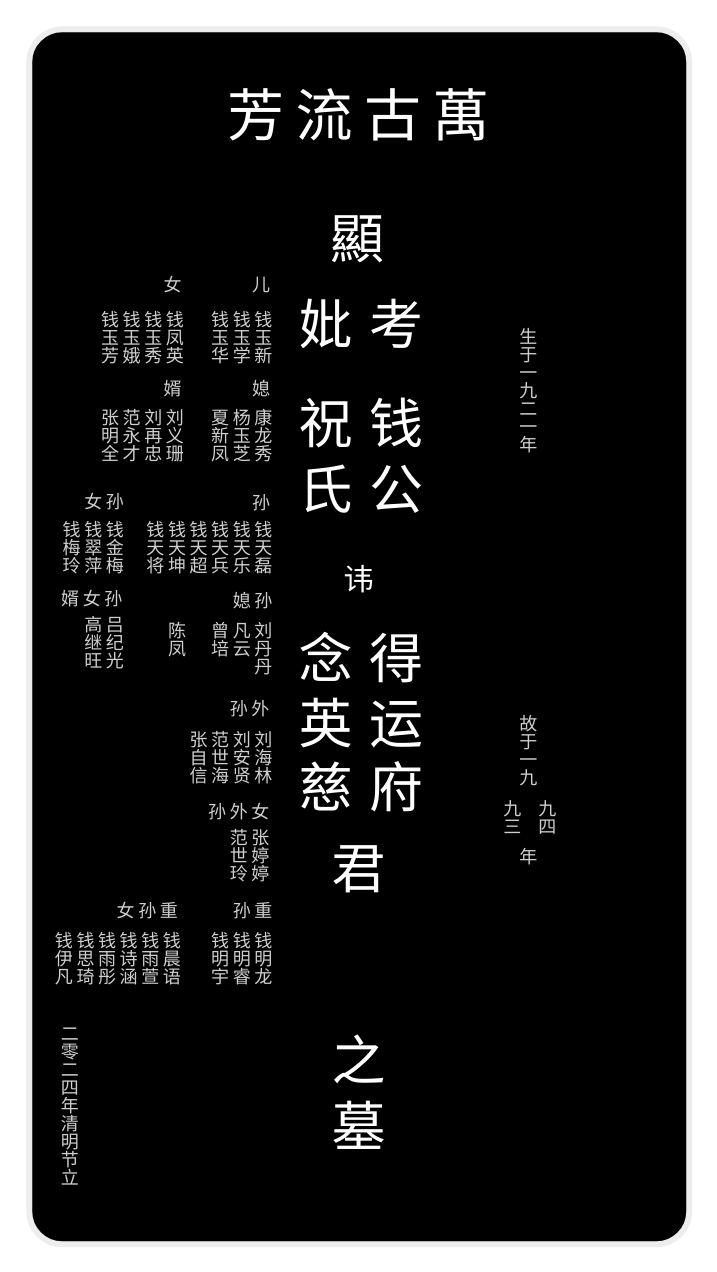
Earlier version of the draw.io diagram 未命名绘图.drawio (wshiqtb/wshiqtb). Source tidied: cells renumbered, new cells numbered last; positions are measured from the earlier drawing's top-left corner, leaving out a move shared by most shapes. Both pictures are drawn from the tidied source at 150%, with x=0, y=0 at pixel (26, 28).
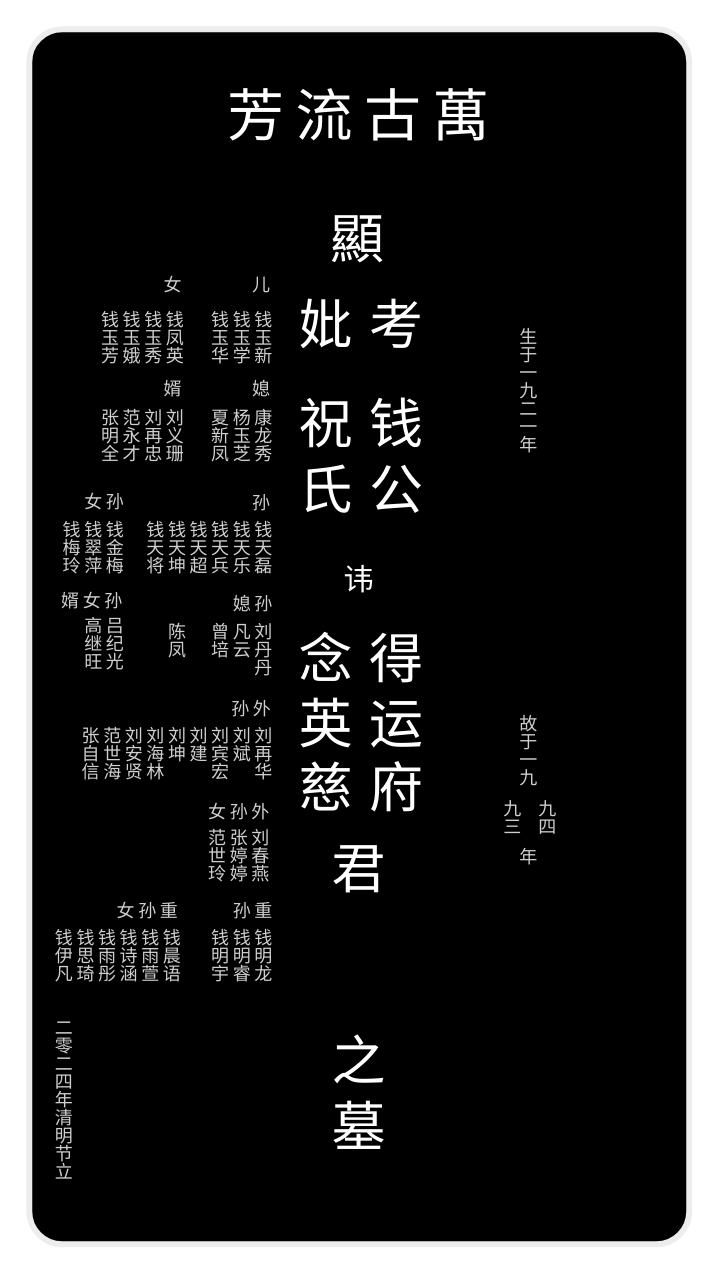
The same diagram, later.

Commit message:
更新未命名绘图.drawio

Change to the diagram source:
```diff
@@
     <mxCell id="15" value="孙媳" style="text;html=1;align=right;verticalAlign=middle;whiteSpace=wrap;rounded=0;fontColor=#CFCFCF;opacity=10;textDirection=vertical-rl;" parent="1" vertex="1">
-      <mxGeometry x="125" y="371" width="40" height="20" as="geometry" />
+      <mxGeometry x="125" y="373" width="40" height="20" as="geometry" />
     </mxCell>
     <mxCell id="16" value="&lt;div&gt;刘丹丹&lt;/div&gt;&lt;div&gt;凡云&lt;/div&gt;&lt;div&gt;曾培&lt;/div&gt;&lt;div&gt;&lt;br&gt;&lt;/div&gt;&lt;div&gt;陈凤&lt;/div&gt;&lt;div&gt;&lt;br&gt;&lt;/div&gt;" style="text;html=1;align=right;verticalAlign=top;whiteSpace=wrap;rounded=0;textDirection=vertical-rl;spacingTop=0;spacing=2;fontSize=12;spacingBottom=0;fontColor=#CFCFCF;opacity=10;" parent="1" vertex="1">
-      <mxGeometry x="82" y="388" width="83" height="43" as="geometry" />
+      <mxGeometry x="82" y="389" width="83" height="43" as="geometry" />
     </mxCell>
@@
     <mxCell id="18" value="钱明龙&lt;div&gt;钱明睿&lt;/div&gt;&lt;div&gt;钱明宇&lt;/div&gt;" style="text;html=1;align=right;verticalAlign=top;whiteSpace=wrap;rounded=0;textDirection=vertical-rl;spacingTop=0;spacing=2;fontSize=12;spacingBottom=0;fontColor=#CFCFCF;opacity=10;" parent="1" vertex="1">
-      <mxGeometry x="112" y="595" width="53" height="50" as="geometry" />
+      <mxGeometry x="112" y="593" width="53" height="50" as="geometry" />
     </mxCell>
@@
     <mxCell id="20" value="&lt;div&gt;钱晨语&lt;br&gt;&lt;/div&gt;钱雨萱&lt;div&gt;钱诗涵&lt;br&gt;&lt;div&gt;钱雨彤&lt;/div&gt;&lt;div&gt;钱思琦&lt;/div&gt;&lt;div&gt;钱伊凡&lt;/div&gt;&lt;/div&gt;" style="text;html=1;align=right;verticalAlign=top;whiteSpace=wrap;rounded=0;textDirection=vertical-rl;spacingTop=0;spacing=2;fontSize=12;spacingBottom=0;fontColor=#CFCFCF;opacity=10;" parent="1" vertex="1">
-      <mxGeometry x="10" y="595" width="94" height="50" as="geometry" />
+      <mxGeometry x="10" y="593" width="94" height="50" as="geometry" />
     </mxCell>
@@
     <mxCell id="29" value="二零二四年清明节立" style="text;html=1;align=right;verticalAlign=middle;whiteSpace=wrap;rounded=0;textDirection=vertical-rl;fontColor=#CFCFCF;opacity=10;" parent="1" vertex="1">
-      <mxGeometry x="16" y="659" width="20" height="117" as="geometry" />
+      <mxGeometry x="12" y="655" width="20" height="117" as="geometry" />
     </mxCell>
@@
     <mxCell id="39" value="孙女婿" style="text;html=1;align=right;verticalAlign=middle;whiteSpace=wrap;rounded=0;fontColor=#CFCFCF;opacity=10;textDirection=vertical-rl;" parent="1" vertex="1">
-      <mxGeometry x="25" y="370" width="40" height="20" as="geometry" />
+      <mxGeometry x="25" y="371" width="40" height="20" as="geometry" />
     </mxCell>
     <mxCell id="40" value="吕纪光&lt;div&gt;高继旺&lt;/div&gt;" style="text;html=1;align=right;verticalAlign=top;whiteSpace=wrap;rounded=0;textDirection=vertical-rl;spacingTop=0;spacing=2;fontSize=12;spacingBottom=0;fontColor=#CFCFCF;opacity=10;" parent="1" vertex="1">
-      <mxGeometry x="11" y="384" width="55" height="50" as="geometry" />
+      <mxGeometry x="11" y="385" width="55" height="50" as="geometry" />
     </mxCell>
     <mxCell id="41" value="外孙" style="text;html=1;align=right;verticalAlign=middle;whiteSpace=wrap;rounded=0;fontColor=#CFCFCF;opacity=10;textDirection=vertical-rl;" parent="1" vertex="1">
-      <mxGeometry x="123" y="442.5" width="40" height="20" as="geometry" />
+      <mxGeometry x="124" y="442.5" width="40" height="20" as="geometry" />
     </mxCell>
-    <mxCell id="42" value="&lt;div&gt;刘海林&lt;/div&gt;&lt;div&gt;刘安贤&lt;/div&gt;范世海&lt;div&gt;张自信&lt;br&gt;&lt;div&gt;&lt;br&gt;&lt;/div&gt;&lt;/div&gt;" style="text;html=1;align=right;verticalAlign=top;whiteSpace=wrap;rounded=0;textDirection=vertical-rl;spacingTop=0;spacing=2;fontSize=12;spacingBottom=0;fontColor=#CFCFCF;opacity=10;" parent="1" vertex="1">
-      <mxGeometry x="2" y="460.5" width="163" height="50" as="geometry" />
+    <mxCell id="42" value="&lt;div&gt;刘再华&lt;/div&gt;&lt;div&gt;刘斌&lt;/div&gt;&lt;div&gt;刘宾宏&lt;/div&gt;&lt;div&gt;刘建&lt;/div&gt;&lt;div&gt;刘坤&lt;/div&gt;&lt;div&gt;刘海林&lt;/div&gt;&lt;div&gt;刘安贤&lt;/div&gt;范世海&lt;div&gt;张自信&lt;br&gt;&lt;div&gt;&lt;br&gt;&lt;/div&gt;&lt;/div&gt;" style="text;html=1;align=right;verticalAlign=top;whiteSpace=wrap;rounded=0;textDirection=vertical-rl;spacingTop=0;spacing=2;fontSize=12;spacingBottom=0;fontColor=#CFCFCF;opacity=10;" parent="1" vertex="1">
+      <mxGeometry x="2" y="457.5" width="163" height="50" as="geometry" />
     </mxCell>
-    <mxCell id="43" value="女外孙" style="text;html=1;align=right;verticalAlign=middle;whiteSpace=wrap;rounded=0;fontColor=#CFCFCF;opacity=10;textDirection=vertical-rl;" parent="1" vertex="1">
+    <mxCell id="43" value="外孙女" style="text;html=1;align=right;verticalAlign=middle;whiteSpace=wrap;rounded=0;fontColor=#CFCFCF;opacity=10;textDirection=vertical-rl;" parent="1" vertex="1">
       <mxGeometry x="123" y="512" width="40" height="20" as="geometry" />
     </mxCell>
-    <mxCell id="44" value="张婷婷&lt;br&gt;&lt;div&gt;范世玲&lt;/div&gt;" style="text;html=1;align=right;verticalAlign=top;whiteSpace=wrap;rounded=0;textDirection=vertical-rl;spacingTop=0;spacing=2;fontSize=12;spacingBottom=0;fontColor=#CFCFCF;opacity=10;" parent="1" vertex="1">
+    <mxCell id="44" value="&lt;div&gt;刘春燕&lt;/div&gt;张婷婷&lt;br&gt;&lt;div&gt;范世玲&lt;/div&gt;" style="text;html=1;align=right;verticalAlign=top;whiteSpace=wrap;rounded=0;textDirection=vertical-rl;spacingTop=0;spacing=2;fontSize=12;spacingBottom=0;fontColor=#CFCFCF;opacity=10;" parent="1" vertex="1">
       <mxGeometry y="526" width="163" height="45" as="geometry" />
     </mxCell>
```
